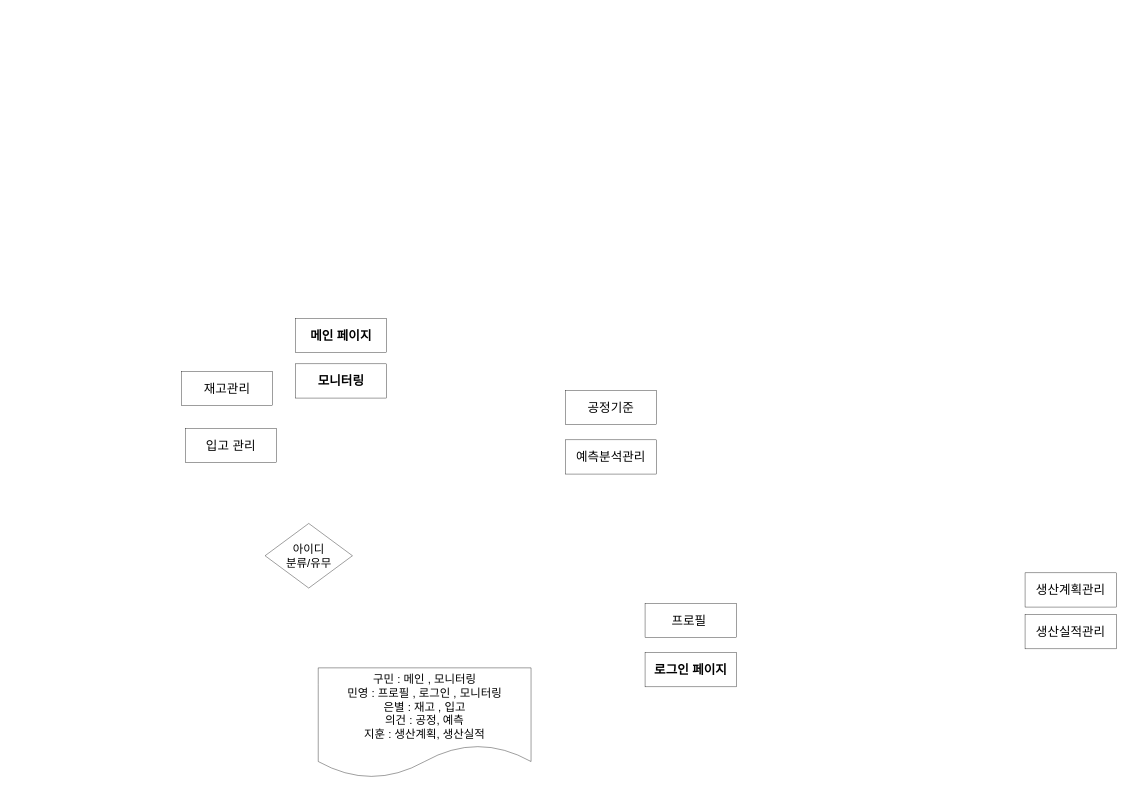
Above: 지훈.drawio in JRiho/alphaknow-project1 (draw.io), before the change. Source tidied: cells renumbered, new cells numbered last; positions are measured from the earlier drawing's top-left corner, leaving out a move shared by most shapes. Both pictures are drawn from the tidied source at 38%, with x=0, y=0 at pixel (181, 318).
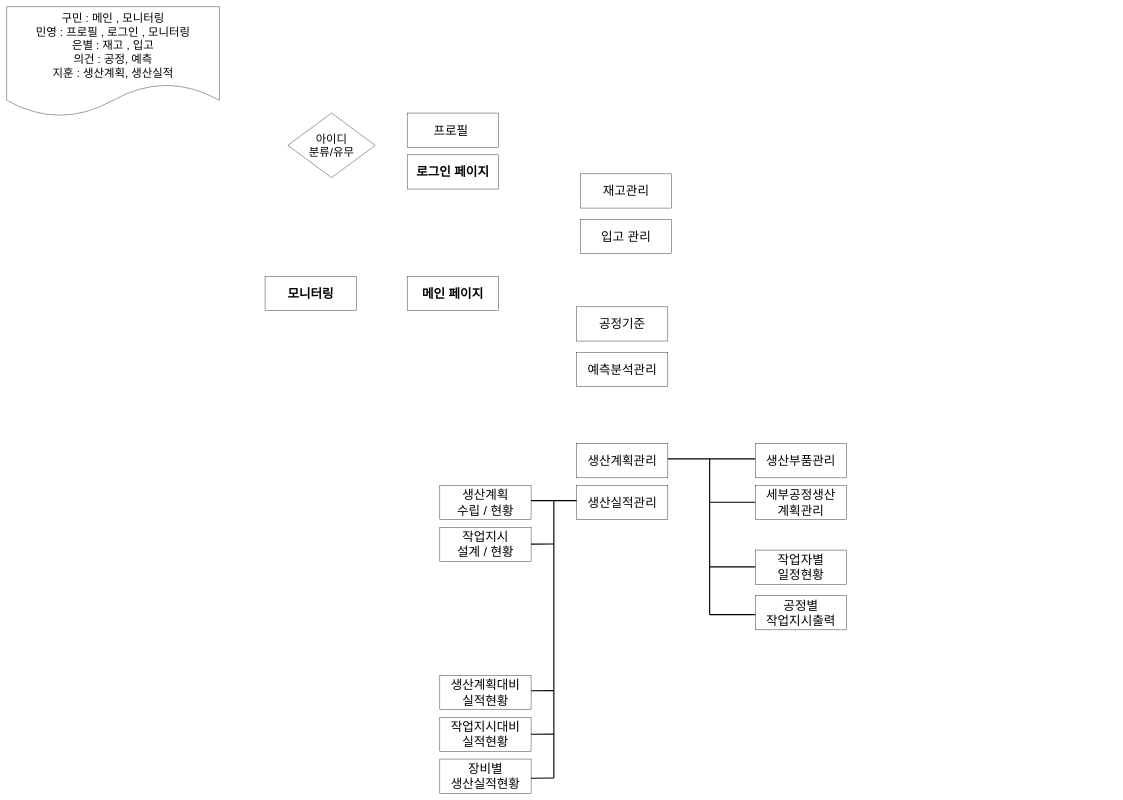
After the change.

Commit message:
지훈.drawio 업데이트

Change to the diagram source:
```diff
@@
     <mxCell id="2" value="&lt;font style=&quot;font-size: 33px;&quot;&gt;&lt;b style=&quot;font-size: 33px;&quot;&gt;메인 페이지&lt;/b&gt;&lt;/font&gt;" style="rounded=0;whiteSpace=wrap;html=1;fontSize=33;" parent="1" vertex="1">
-      <mxGeometry x="300" width="240" height="90" as="geometry" />
+      <mxGeometry x="594" y="-110" width="240" height="90" as="geometry" />
     </mxCell>
     <mxCell id="3" value="&lt;font style=&quot;font-size: 33px;&quot;&gt;&lt;b style=&quot;font-size: 33px;&quot;&gt;로그인 페이지&lt;br&gt;&lt;/b&gt;&lt;/font&gt;" style="rounded=0;whiteSpace=wrap;html=1;fontSize=33;" parent="1" vertex="1">
-      <mxGeometry x="1220" y="880" width="240" height="90" as="geometry" />
+      <mxGeometry x="594" y="-430" width="240" height="90" as="geometry" />
     </mxCell>
     <mxCell id="4" value="아이디&lt;br&gt;분류/유무" style="rhombus;whiteSpace=wrap;html=1;fontSize=30;" parent="1" vertex="1">
-      <mxGeometry x="220" y="540" width="230" height="170" as="geometry" />
+      <mxGeometry x="280" y="-540" width="230" height="170" as="geometry" />
     </mxCell>
     <mxCell id="5" value="예측분석관리" style="rounded=0;whiteSpace=wrap;html=1;fontSize=33;" parent="1" vertex="1">
-      <mxGeometry x="1010" y="320" width="240" height="90" as="geometry" />
+      <mxGeometry x="1040" y="90" width="240" height="90" as="geometry" />
     </mxCell>
     <mxCell id="6" value="입고 관리" style="rounded=0;whiteSpace=wrap;html=1;fontSize=33;" parent="1" vertex="1">
-      <mxGeometry x="10" y="290" width="240" height="90" as="geometry" />
+      <mxGeometry x="1050" y="-260" width="240" height="90" as="geometry" />
     </mxCell>
     <mxCell id="7" value="생산계획관리" style="rounded=0;whiteSpace=wrap;html=1;fontSize=33;" parent="1" vertex="1">
-      <mxGeometry x="2220" y="670" width="240" height="90" as="geometry" />
+      <mxGeometry x="1040" y="330" width="240" height="90" as="geometry" />
     </mxCell>
     <mxCell id="8" value="재고관리" style="rounded=0;whiteSpace=wrap;html=1;fontSize=33;" parent="1" vertex="1">
-      <mxGeometry y="140" width="240" height="90" as="geometry" />
+      <mxGeometry x="1050" y="-380" width="240" height="90" as="geometry" />
     </mxCell>
     <mxCell id="9" value="프로필&amp;nbsp;" style="rounded=0;whiteSpace=wrap;html=1;fontSize=33;" parent="1" vertex="1">
-      <mxGeometry x="1220" y="750" width="240" height="90" as="geometry" />
+      <mxGeometry x="594" y="-540" width="240" height="90" as="geometry" />
     </mxCell>
     <mxCell id="10" value="&lt;b&gt;모니터링&lt;/b&gt;" style="rounded=0;whiteSpace=wrap;html=1;fontSize=33;" parent="1" vertex="1">
-      <mxGeometry x="300" y="120" width="240" height="90" as="geometry" />
+      <mxGeometry x="220" y="-110" width="240" height="90" as="geometry" />
     </mxCell>
     <mxCell id="11" value="생산실적관리" style="rounded=0;whiteSpace=wrap;html=1;fontSize=33;" parent="1" vertex="1">
-      <mxGeometry x="2220" y="780" width="240" height="90" as="geometry" />
+      <mxGeometry x="1040" y="440" width="240" height="90" as="geometry" />
     </mxCell>
     <mxCell id="12" value="구민 : 메인 , 모니터링&lt;br&gt;민영 : 프로필 , 로그인 , 모니터링&lt;br&gt;은별 : 재고 , 입고&lt;br&gt;의건 : 공정, 예측&lt;br&gt;지훈 : 생산계획, 생산실적&lt;br&gt;" style="shape=document;whiteSpace=wrap;html=1;boundedLbl=1;fontSize=30;" parent="1" vertex="1">
-      <mxGeometry x="360" y="920" width="560" height="290" as="geometry" />
+      <mxGeometry x="-460" y="-820" width="560" height="290" as="geometry" />
     </mxCell>
     <mxCell id="13" value="공정기준" style="rounded=0;whiteSpace=wrap;html=1;fontSize=33;" parent="1" vertex="1">
-      <mxGeometry x="1010" y="190" width="240" height="90" as="geometry" />
+      <mxGeometry x="1040" y="-30" width="240" height="90" as="geometry" />
     </mxCell>
+    <mxCell id="14" style="edgeStyle=orthogonalEdgeStyle;rounded=0;orthogonalLoop=1;jettySize=auto;html=1;exitX=0.5;exitY=1;exitDx=0;exitDy=0;" parent="1" edge="1" source="7" target="7">
+      <mxGeometry relative="1" as="geometry" />
+    </mxCell>
+    <mxCell id="15" style="endArrow=none;html=1;rounded=0;exitX=1;exitY=0.5;exitDx=0;exitDy=0;strokeWidth=3;" parent="1" edge="1">
+      <mxGeometry relative="1" as="geometry">
+        <mxPoint x="1280" y="370" as="sourcePoint" />
+        <mxPoint x="1510" y="370" as="targetPoint" />
+      </mxGeometry>
+    </mxCell>
+    <mxCell id="16" value="생산부품관리" style="rounded=0;whiteSpace=wrap;html=1;fontSize=33;" parent="1" vertex="1">
+      <mxGeometry x="1510" y="330" width="240" height="90" as="geometry" />
+    </mxCell>
+    <mxCell id="17" value="공정별&lt;br&gt;작업지시출력" style="rounded=0;whiteSpace=wrap;html=1;fontSize=33;" parent="1" vertex="1">
+      <mxGeometry x="1510" y="730" width="240" height="90" as="geometry" />
+    </mxCell>
+    <mxCell id="18" value="세부공정생산&lt;br&gt;계획관리" style="rounded=0;whiteSpace=wrap;html=1;fontSize=33;" parent="1" vertex="1">
+      <mxGeometry x="1510" y="440" width="240" height="90" as="geometry" />
+    </mxCell>
+    <mxCell id="19" value="작업자별&lt;br&gt;일정현황" style="rounded=0;whiteSpace=wrap;html=1;fontSize=33;" parent="1" vertex="1">
+      <mxGeometry x="1510" y="610" width="240" height="90" as="geometry" />
+    </mxCell>
+    <mxCell id="20" style="endArrow=none;html=1;rounded=0;strokeWidth=3;" parent="1" edge="1">
+      <mxGeometry relative="1" as="geometry">
+        <mxPoint x="1390" y="780" as="sourcePoint" />
+        <mxPoint x="1390" y="370" as="targetPoint" />
+      </mxGeometry>
+    </mxCell>
+    <mxCell id="21" style="endArrow=none;html=1;rounded=0;strokeWidth=3;entryX=0;entryY=0.5;entryDx=0;entryDy=0;" parent="1" edge="1">
+      <mxGeometry relative="1" as="geometry">
+        <mxPoint x="1390" y="484.2" as="sourcePoint" />
+        <mxPoint x="1510" y="484.2" as="targetPoint" />
+      </mxGeometry>
+    </mxCell>
+    <mxCell id="22" style="endArrow=none;html=1;rounded=0;strokeWidth=3;entryX=0;entryY=0.5;entryDx=0;entryDy=0;" parent="1" edge="1">
+      <mxGeometry relative="1" as="geometry">
+        <mxPoint x="1390" y="654.2" as="sourcePoint" />
+        <mxPoint x="1510" y="654.2" as="targetPoint" />
+      </mxGeometry>
+    </mxCell>
+    <mxCell id="23" style="endArrow=none;html=1;rounded=0;strokeWidth=3;entryX=0;entryY=0.5;entryDx=0;entryDy=0;" parent="1" edge="1">
+      <mxGeometry relative="1" as="geometry">
+        <mxPoint x="1390" y="780" as="sourcePoint" />
+        <mxPoint x="1510" y="780" as="targetPoint" />
+      </mxGeometry>
+    </mxCell>
+    <mxCell id="24" value="작업지시&lt;br&gt;설계 / 현황" style="rounded=0;whiteSpace=wrap;html=1;fontSize=33;" parent="1" vertex="1">
+      <mxGeometry x="680" y="550" width="240" height="90" as="geometry" />
+    </mxCell>
+    <mxCell id="25" value="생산계획&lt;br&gt;수립 / 현황" style="rounded=0;whiteSpace=wrap;html=1;fontSize=33;" parent="1" vertex="1">
+      <mxGeometry x="680" y="440" width="240" height="90" as="geometry" />
+    </mxCell>
+    <mxCell id="26" value="생산계획대비&lt;br&gt;실적현황" style="rounded=0;whiteSpace=wrap;html=1;fontSize=33;" parent="1" vertex="1">
+      <mxGeometry x="680" y="940" width="240" height="90" as="geometry" />
+    </mxCell>
+    <mxCell id="27" value="작업지시대비&lt;br&gt;실적현황" style="rounded=0;whiteSpace=wrap;html=1;fontSize=33;" parent="1" vertex="1">
+      <mxGeometry x="680" y="1050" width="240" height="90" as="geometry" />
+    </mxCell>
+    <mxCell id="28" value="장비별&lt;br&gt;생산실적현황" style="rounded=0;whiteSpace=wrap;html=1;fontSize=33;" parent="1" vertex="1">
+      <mxGeometry x="680" y="1160" width="240" height="90" as="geometry" />
+    </mxCell>
+    <mxCell id="29" style="endArrow=none;html=1;rounded=0;strokeWidth=3;entryX=0;entryY=0.5;entryDx=0;entryDy=0;" parent="1" edge="1">
+      <mxGeometry relative="1" as="geometry">
+        <mxPoint x="920" y="480" as="sourcePoint" />
+        <mxPoint x="1040" y="480" as="targetPoint" />
+      </mxGeometry>
+    </mxCell>
+    <mxCell id="30" style="endArrow=none;html=1;rounded=0;strokeWidth=3;" parent="1" edge="1">
+      <mxGeometry relative="1" as="geometry">
+        <mxPoint x="980" y="1210" as="sourcePoint" />
+        <mxPoint x="980" y="480" as="targetPoint" />
+      </mxGeometry>
+    </mxCell>
+    <mxCell id="31" style="endArrow=none;html=1;rounded=0;strokeWidth=3;" parent="1" edge="1">
+      <mxGeometry relative="1" as="geometry">
+        <mxPoint x="920" y="594.4" as="sourcePoint" />
+        <mxPoint x="980" y="594" as="targetPoint" />
+      </mxGeometry>
+    </mxCell>
+    <mxCell id="32" style="endArrow=none;html=1;rounded=0;strokeWidth=3;" parent="1" edge="1">
+      <mxGeometry relative="1" as="geometry">
+        <mxPoint x="920" y="980.4" as="sourcePoint" />
+        <mxPoint x="980" y="980" as="targetPoint" />
+      </mxGeometry>
+    </mxCell>
+    <mxCell id="33" style="endArrow=none;html=1;rounded=0;strokeWidth=3;" parent="1" edge="1">
+      <mxGeometry relative="1" as="geometry">
+        <mxPoint x="920" y="1094.8" as="sourcePoint" />
+        <mxPoint x="980" y="1094.4" as="targetPoint" />
+      </mxGeometry>
+    </mxCell>
+    <mxCell id="34" style="endArrow=none;html=1;rounded=0;strokeWidth=3;" parent="1" edge="1">
+      <mxGeometry relative="1" as="geometry">
+        <mxPoint x="920" y="1210.4" as="sourcePoint" />
+        <mxPoint x="980" y="1210" as="targetPoint" />
+      </mxGeometry>
+    </mxCell>
```
